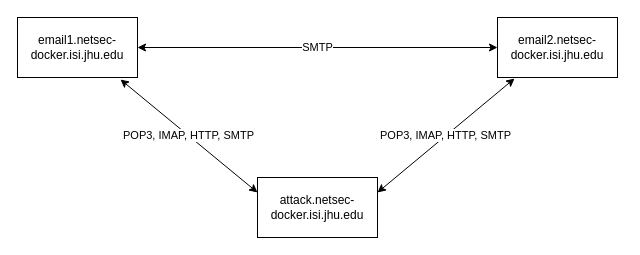
Earlier version of the draw.io diagram applications/emailsvr/email.drawio (jhu-information-security-institute/NwSec). Source tidied: cells renumbered, new cells numbered last; positions are measured from the earlier drawing's top-left corner, leaving out a move shared by most shapes. Both pictures are drawn from the tidied source at 100%, with x=0, y=0 at pixel (17, 17).
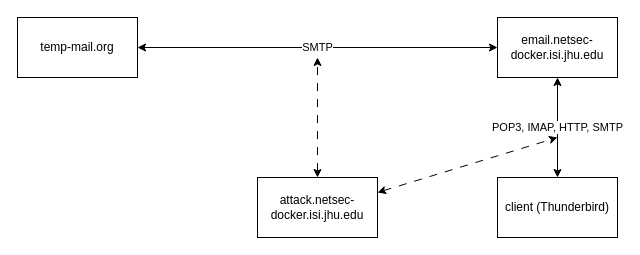
The same diagram, later.

Diff of the diagram source:
```diff
@@
 <mxGraphModel>
   <root>
     <mxCell id="0" />
     <mxCell id="1" parent="0" />
     <mxCell id="2" value="SMTP" style="edgeStyle=none;rounded=0;jettySize=auto;html=1;exitX=1;exitY=0.5;exitDx=0;exitDy=0;entryX=0;entryY=0.5;entryDx=0;entryDy=0;startArrow=classic;startFill=1;" parent="1" edge="1" source="3" target="4">
       <mxGeometry relative="1" as="geometry" />
     </mxCell>
-    <mxCell id="3" value="email1.netsec-docker.isi.jhu.edu" style="rounded=0;whiteSpace=wrap;html=1;" parent="1" vertex="1">
+    <mxCell id="3" value="temp-mail.org" style="rounded=0;whiteSpace=wrap;html=1;" parent="1" vertex="1">
       <mxGeometry width="120" height="60" as="geometry" />
     </mxCell>
-    <mxCell id="4" value="email2.netsec-docker.isi.jhu.edu" style="rounded=0;whiteSpace=wrap;html=1;" parent="1" vertex="1">
+    <mxCell id="4" value="email.netsec-docker.isi.jhu.edu" style="rounded=0;whiteSpace=wrap;html=1;" parent="1" vertex="1">
       <mxGeometry x="480" width="120" height="60" as="geometry" />
     </mxCell>
     <mxCell id="5" value="attack.netsec-docker.isi.jhu.edu" style="rounded=0;whiteSpace=wrap;html=1;" parent="1" vertex="1">
       <mxGeometry x="240" y="160" width="120" height="60" as="geometry" />
     </mxCell>
-    <mxCell id="6" value="POP3, IMAP, HTTP, SMTP" style="edgeStyle=none;rounded=0;jettySize=auto;html=1;exitX=0;exitY=0.25;exitDx=0;exitDy=0;entryX=0.858;entryY=1.033;entryDx=0;entryDy=0;entryPerimeter=0;startArrow=classic;startFill=1;" parent="1" edge="1" source="5" target="3">
-      <mxGeometry relative="1" as="geometry" />
-    </mxCell>
-    <mxCell id="7" value="POP3, IMAP, HTTP, SMTP" style="edgeStyle=none;rounded=0;jettySize=auto;html=1;exitX=1;exitY=0.25;exitDx=0;exitDy=0;entryX=0.142;entryY=1.017;entryDx=0;entryDy=0;entryPerimeter=0;startArrow=classic;startFill=1;" parent="1" edge="1" source="5" target="4">
+    <mxCell id="7" value="POP3, IMAP, HTTP, SMTP" style="edgeStyle=none;rounded=0;jettySize=auto;html=1;entryX=0.5;entryY=1;entryDx=0;entryDy=0;startArrow=classic;startFill=1;exitX=0.5;exitY=0;exitDx=0;exitDy=0;" parent="1" edge="1" source="8" target="4">
       <mxGeometry relative="1" as="geometry" />
     </mxCell>
+    <mxCell id="8" value="client (Thunderbird)" style="rounded=0;whiteSpace=wrap;html=1;" parent="1" vertex="1">
+      <mxGeometry x="480" y="160" width="120" height="60" as="geometry" />
+    </mxCell>
+    <mxCell id="9" style="edgeStyle=none;rounded=0;jettySize=auto;html=1;startArrow=classic;startFill=1;dashed=1;dashPattern=8 8;exitX=1;exitY=0.25;exitDx=0;exitDy=0;" parent="1" edge="1" source="5">
+      <mxGeometry relative="1" as="geometry">
+        <mxPoint x="540" y="120" as="targetPoint" />
+      </mxGeometry>
+    </mxCell>
+    <mxCell id="10" style="edgeStyle=none;rounded=0;jettySize=auto;html=1;startArrow=classic;startFill=1;dashed=1;dashPattern=8 8;exitX=0.5;exitY=0;exitDx=0;exitDy=0;" parent="1" edge="1" source="5">
+      <mxGeometry relative="1" as="geometry">
+        <mxPoint x="300" y="40" as="targetPoint" />
+      </mxGeometry>
+    </mxCell>
   </root>
 </mxGraphModel>
```
